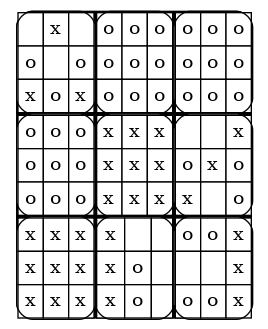
JetMagpie/FilRouge_Super_Morpion keeps this Graphviz diagram as output.png. Above is the earlier version. Its source is kept beside it as output.dot.
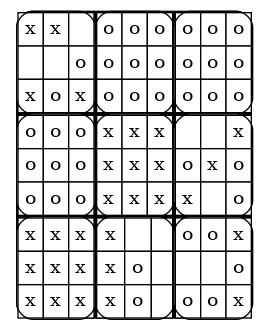
After the change.

What changed in the source:
```diff
@@ -5,12 +5,12 @@
     <TR>
       <TD><TABLE border="1" cellspacing="0" cellpadding="4" style="rounded" bgcolor="white">
   <TR>
-<TD bgcolor="white"> </TD>
+<TD bgcolor="white">x</TD>
 <TD bgcolor="white">x</TD>
 <TD bgcolor="white"> </TD>
   </TR>
   <TR>
-<TD bgcolor="white">o</TD>
+<TD bgcolor="white"> </TD>
 <TD bgcolor="white"> </TD>
 <TD bgcolor="white">o</TD>
   </TR>
@@ -160,7 +160,7 @@
   <TR>
 <TD bgcolor="white"> </TD>
 <TD bgcolor="white"> </TD>
-<TD bgcolor="white">x</TD>
+<TD bgcolor="white">o</TD>
   </TR>
   <TR>
 <TD bgcolor="white">o</TD>
```
